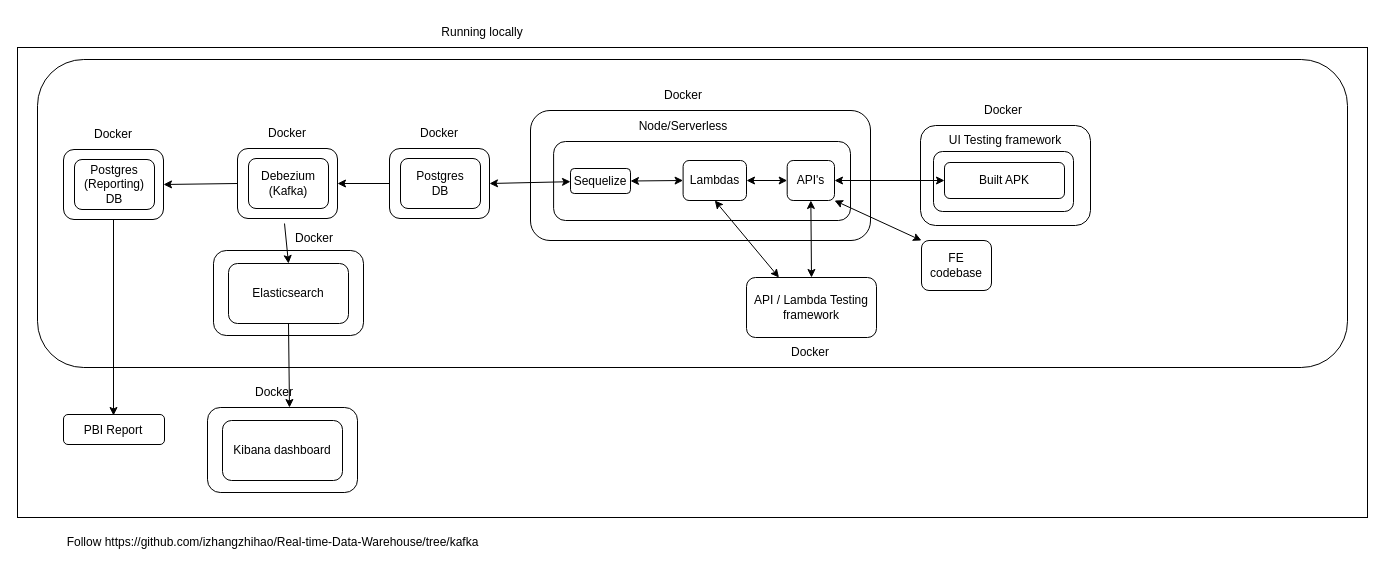
tsmithsoftware/local-api-development keeps this draw.io diagram as project_arch.drawio. Above is the earlier version. Source tidied: cells renumbered, new cells numbered last; positions are measured from the earlier drawing's top-left corner, leaving out a move shared by most shapes. Both pictures are drawn from the tidied source at 100%, with x=0, y=0 at pixel (17, 17).
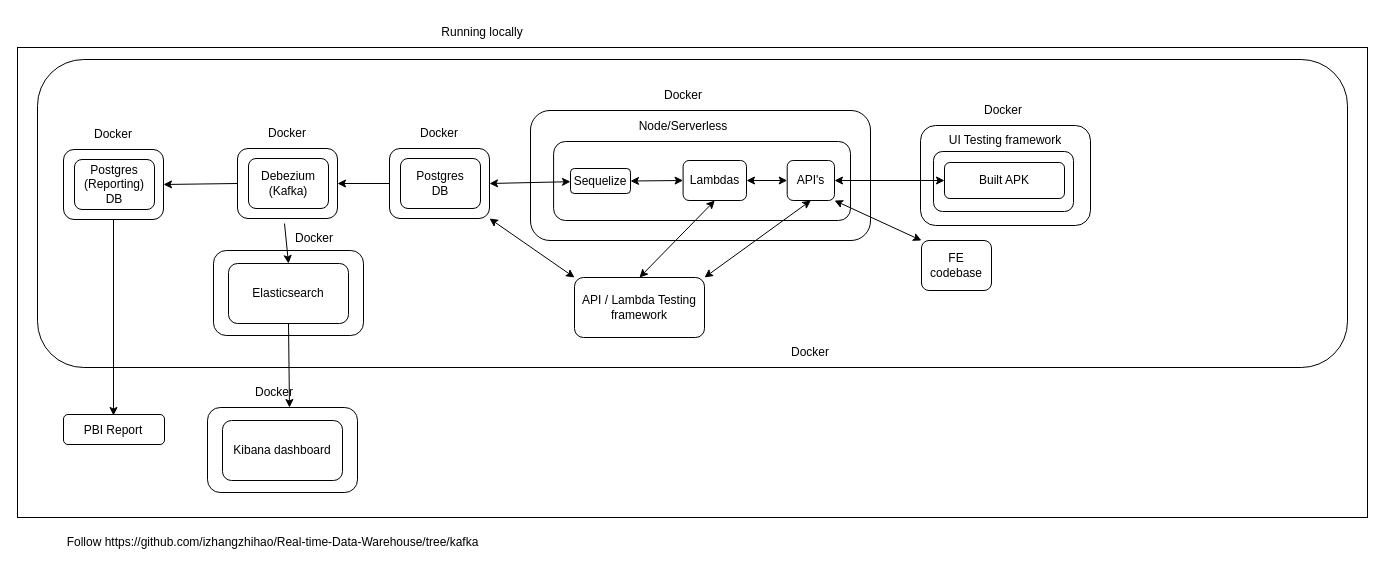
The same page after the edit.

Unchanged cells that the change refers to:
```xml
<mxCell id="5" style="rounded=1;whiteSpace=wrap;html=1;" parent="4" vertex="1">
  <mxGeometry y="30" width="100" height="70" as="geometry" />
</mxCell>
<mxCell id="21" value="Lambdas" style="rounded=1;whiteSpace=wrap;html=1;" parent="18" vertex="1">
  <mxGeometry x="152.6" y="80" width="63.4" height="40" as="geometry" />
</mxCell>
<mxCell id="22" value="API's" style="rounded=1;whiteSpace=wrap;html=1;" parent="18" vertex="1">
  <mxGeometry x="256.7" y="80" width="47.3" height="40" as="geometry" />
</mxCell>
```

Diff of the diagram source:
```diff
@@
     <mxCell id="41" value="API / Lambda Testing framework" style="rounded=1;whiteSpace=wrap;html=1;" parent="1" vertex="1">
-      <mxGeometry x="729" y="260" width="130" height="60" as="geometry" />
+      <mxGeometry x="557" y="260" width="130" height="60" as="geometry" />
     </mxCell>
-    <mxCell id="42" style="endArrow=classic;startArrow=classic;html=1;rounded=0;entryX=0.5;entryY=1;entryDx=0;entryDy=0;exitX=0.5;exitY=0;exitDx=0;exitDy=0;" parent="1" edge="1" source="41" target="22">
+    <mxCell id="42" style="endArrow=classic;startArrow=classic;html=1;rounded=0;entryX=0.5;entryY=1;entryDx=0;entryDy=0;exitX=1;exitY=0;exitDx=0;exitDy=0;" parent="1" edge="1" source="41" target="22">
       <mxGeometry relative="1" as="geometry" />
     </mxCell>
-    <mxCell id="43" style="endArrow=classic;startArrow=classic;html=1;rounded=0;entryX=0.5;entryY=1;entryDx=0;entryDy=0;exitX=0.25;exitY=0;exitDx=0;exitDy=0;" parent="1" edge="1" source="41" target="21">
+    <mxCell id="43" style="endArrow=classic;startArrow=classic;html=1;rounded=0;entryX=0.5;entryY=1;entryDx=0;entryDy=0;exitX=0.5;exitY=0;exitDx=0;exitDy=0;" parent="1" edge="1" source="41" target="21">
       <mxGeometry relative="1" as="geometry" />
     </mxCell>
@@
+    <mxCell id="63" style="endArrow=classic;startArrow=classic;html=1;rounded=0;entryX=1;entryY=1;entryDx=0;entryDy=0;exitX=0;exitY=0;exitDx=0;exitDy=0;" parent="1" edge="1" source="41" target="5">
+      <mxGeometry relative="1" as="geometry" />
+    </mxCell>
```
